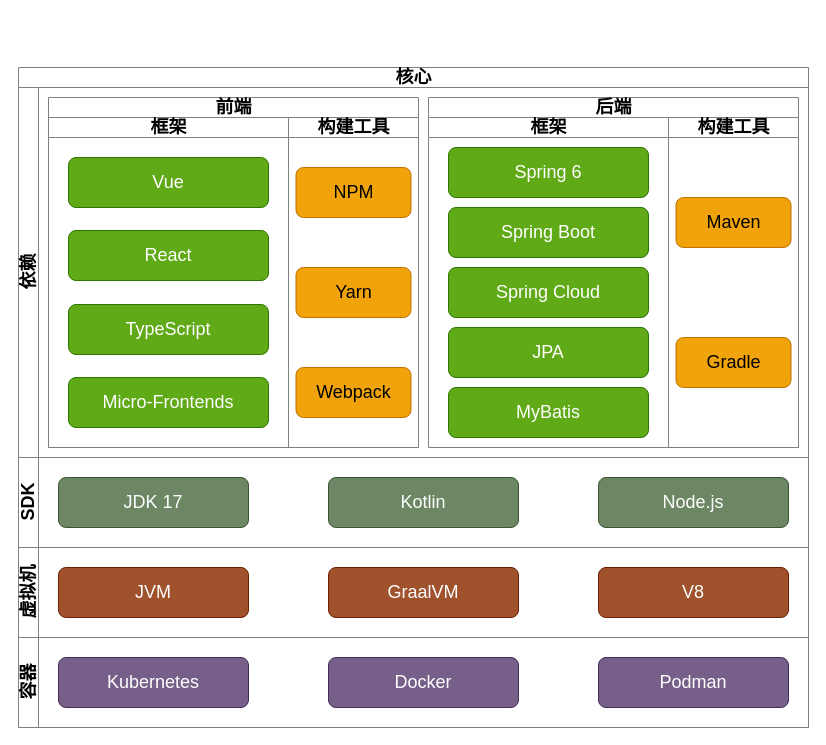
O70/diagram-hub keeps this draw.io diagram as cmp/cmp-technical-architecture-diagram.drawio. Above is the earlier version. Source tidied: cells renumbered, new cells numbered last; positions are measured from the earlier drawing's top-left corner, leaving out a move shared by most shapes. Both pictures are drawn from the tidied source at 100%, with x=0, y=0 at pixel (18, 67).
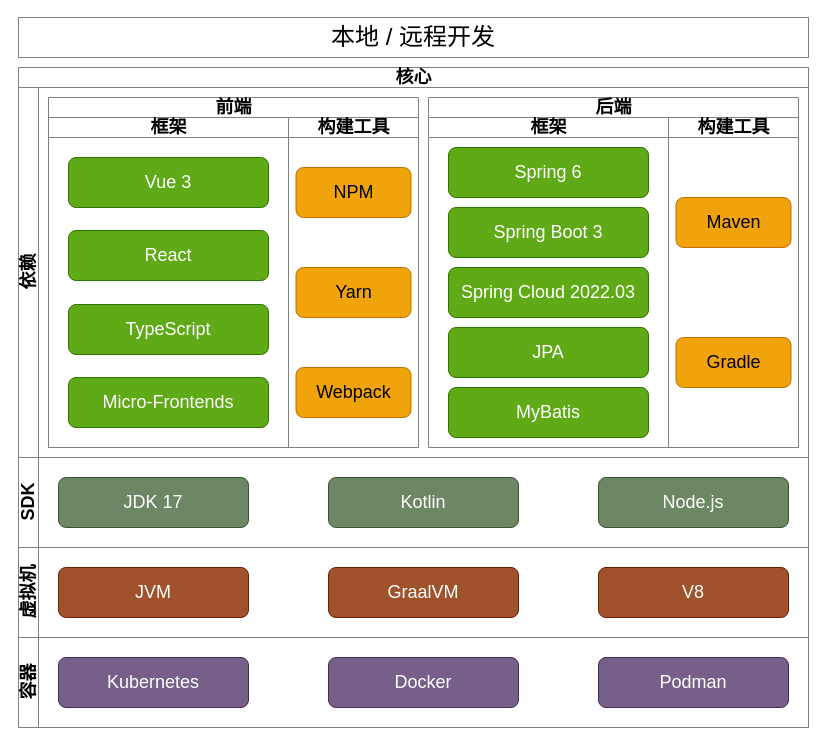
Above is the later version.

Unchanged cells that the change refers to:
```xml
<mxCell id="5" value="&lt;font size=&quot;4&quot;&gt;框架&lt;/font&gt;" style="swimlane;startSize=20;html=1;strokeColor=#808080;" parent="4" vertex="1">
  <mxGeometry y="20" width="240" height="330" as="geometry" />
</mxCell>
<mxCell id="15" value="&lt;font size=&quot;4&quot;&gt;框架&lt;/font&gt;" style="swimlane;startSize=20;html=1;strokeColor=#808080;" parent="14" vertex="1">
  <mxGeometry y="20" width="240" height="330" as="geometry" />
</mxCell>
```

The edit, as a diff of the source:
```diff
@@
-    <mxCell id="6" value="&lt;font size=&quot;4&quot;&gt;Vue&lt;/font&gt;" style="rounded=1;whiteSpace=wrap;html=1;fillColor=#60a917;strokeColor=#2D7600;fontColor=#ffffff;flipV=0;" parent="5" vertex="1">
+    <mxCell id="6" value="&lt;font size=&quot;4&quot;&gt;Vue 3&lt;/font&gt;" style="rounded=1;whiteSpace=wrap;html=1;fillColor=#60a917;strokeColor=#2D7600;fontColor=#ffffff;flipV=0;" parent="5" vertex="1">
       <mxGeometry x="20" y="40" width="200" height="50" as="geometry" />
     </mxCell>
@@
-    <mxCell id="19" value="&lt;font size=&quot;4&quot;&gt;Spring Boot&lt;/font&gt;" style="rounded=1;whiteSpace=wrap;html=1;fillColor=#60a917;strokeColor=#2D7600;fontColor=#ffffff;flipV=0;" parent="15" vertex="1">
+    <mxCell id="19" value="&lt;font size=&quot;4&quot;&gt;Spring Boot 3&lt;/font&gt;" style="rounded=1;whiteSpace=wrap;html=1;fillColor=#60a917;strokeColor=#2D7600;fontColor=#ffffff;flipV=0;" parent="15" vertex="1">
       <mxGeometry x="20" y="90" width="200" height="50" as="geometry" />
     </mxCell>
-    <mxCell id="20" value="&lt;font size=&quot;4&quot;&gt;Spring Cloud&lt;/font&gt;" style="rounded=1;whiteSpace=wrap;html=1;fillColor=#60a917;strokeColor=#2D7600;fontColor=#ffffff;flipV=0;" parent="15" vertex="1">
+    <mxCell id="20" value="&lt;font size=&quot;4&quot;&gt;Spring Cloud 2022.03&lt;/font&gt;" style="rounded=1;whiteSpace=wrap;html=1;fillColor=#60a917;strokeColor=#2D7600;fontColor=#ffffff;flipV=0;" parent="15" vertex="1">
       <mxGeometry x="20" y="150" width="200" height="50" as="geometry" />
     </mxCell>
@@
+    <mxCell id="36" value="&lt;font style=&quot;font-size: 24px;&quot;&gt;本地 / 远程开发&lt;/font&gt;" style="rounded=0;whiteSpace=wrap;html=1;strokeColor=#808080;" parent="1" vertex="1">
+      <mxGeometry y="-50" width="790" height="40" as="geometry" />
+    </mxCell>
```
